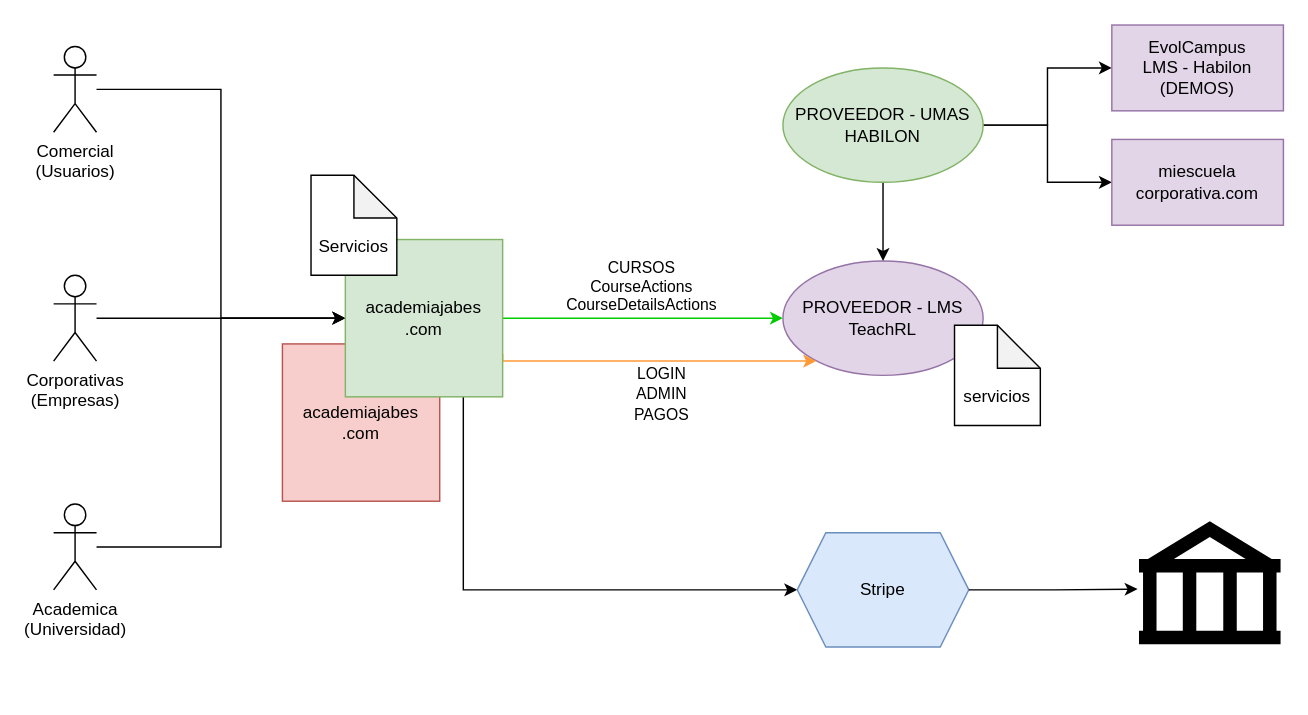
samuel363/drawio keeps this draw.io diagram as page "TOBE" (2 of 2) of JABES.drawio. Above is the earlier version. Source tidied: cells renumbered, new cells numbered last; positions are measured from the earlier drawing's top-left corner, leaving out a move shared by most shapes. Both pictures are drawn from the tidied source at 143%, with x=0, y=0 at pixel (53, 24).
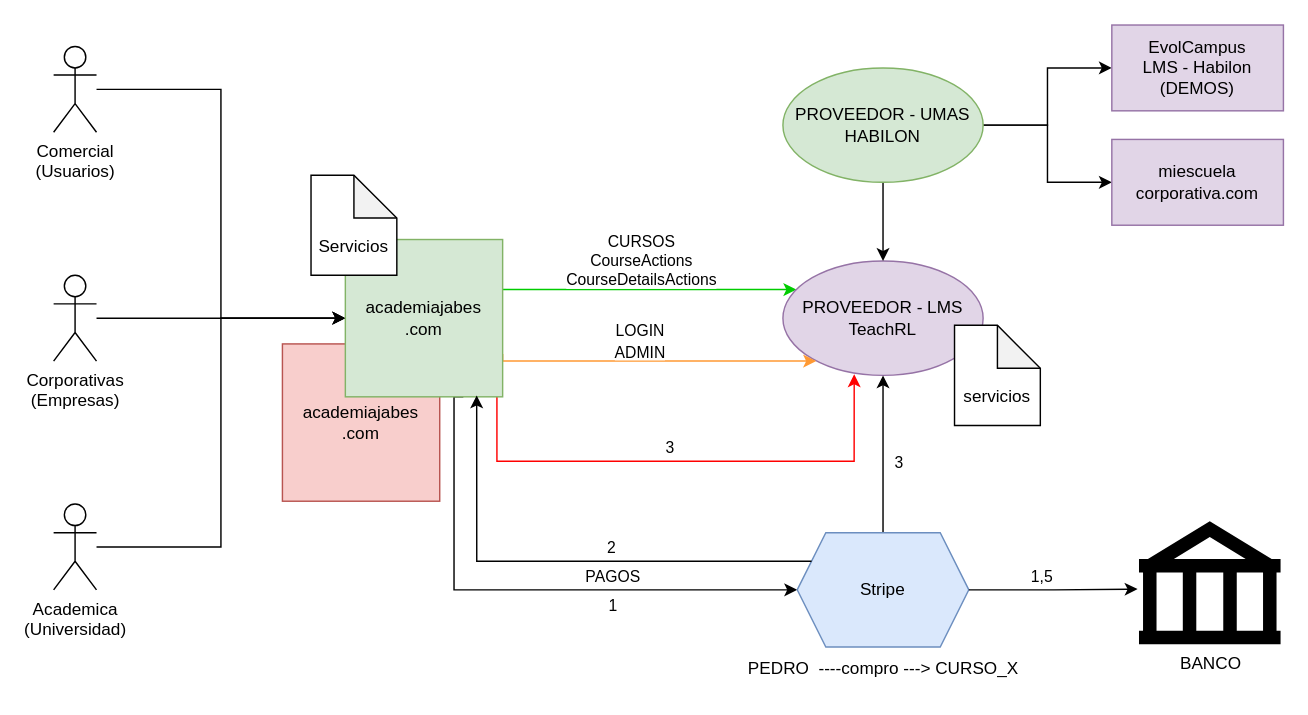
After the change.

Unchanged cells that the change refers to:
```xml
<mxCell id="10" value="PROVEEDOR -&amp;nbsp;LMS&lt;br&gt;TeachRL" style="ellipse;whiteSpace=wrap;html=1;fillColor=#e1d5e7;strokeColor=#9673a6;" parent="1" vertex="1">
  <mxGeometry x="510" y="165" width="140" height="80" as="geometry" />
</mxCell>
<mxCell id="18" value="academiajabes&lt;br&gt;.com" style="rounded=0;whiteSpace=wrap;html=1;fillColor=#d5e8d4;strokeColor=#82b366;" parent="1" vertex="1">
  <mxGeometry x="204" y="150" width="110" height="110" as="geometry" />
</mxCell>
<mxCell id="24" value="Stripe" style="shape=hexagon;perimeter=hexagonPerimeter2;whiteSpace=wrap;html=1;fixedSize=1;fillColor=#dae8fc;strokeColor=#6c8ebf;" parent="1" vertex="1">
  <mxGeometry x="520" y="355" width="120" height="80" as="geometry" />
</mxCell>
<mxCell id="26" style="edgeStyle=orthogonalEdgeStyle;rounded=0;jettySize=auto;html=1;entryX=-0.01;entryY=0.552;entryDx=0;entryDy=0;entryPerimeter=0;" parent="1" edge="1" source="24" target="25">
  <mxGeometry relative="1" as="geometry" />
</mxCell>
```

The edit, as a diff of the source:
```diff
@@
     <mxCell id="8" style="edgeStyle=orthogonalEdgeStyle;rounded=0;jettySize=auto;html=1;strokeColor=#00CC00;fillColor=#e1d5e7;" parent="1" edge="1" source="18" target="10">
       <mxGeometry relative="1" as="geometry">
         <Array as="points">
-          <mxPoint x="400" y="205" />
-          <mxPoint x="400" y="205" />
+          <mxPoint x="410" y="185" />
+          <mxPoint x="410" y="185" />
         </Array>
       </mxGeometry>
     </mxCell>
     <mxCell id="9" value="&lt;div&gt;CURSOS&lt;br&gt;CourseActions&lt;br&gt;CourseDetailsActions&lt;/div&gt;" style="edgeLabel;html=1;align=center;verticalAlign=middle;fillColor=none;strokeColor=none;" parent="8" vertex="1">
       <mxGeometry x="-0.05" y="3" relative="1" as="geometry">
-        <mxPoint x="3" y="-20" as="offset" />
+        <mxPoint x="-2" y="-18" as="offset" />
       </mxGeometry>
     </mxCell>
@@
     <mxCell id="17" style="edgeStyle=orthogonalEdgeStyle;rounded=0;jettySize=auto;html=1;exitX=0.75;exitY=1;exitDx=0;exitDy=0;entryX=0;entryY=0.5;entryDx=0;entryDy=0;" parent="1" edge="1" source="18" target="24">
-      <mxGeometry relative="1" as="geometry" />
+      <mxGeometry relative="1" as="geometry">
+        <Array as="points">
+          <mxPoint x="280" y="260" />
+          <mxPoint x="280" y="395" />
+        </Array>
+      </mxGeometry>
     </mxCell>
+    <mxCell id="27" value="1" style="edgeLabel;html=1;align=center;verticalAlign=middle;" parent="17" vertex="1">
+      <mxGeometry x="0.19" y="2" relative="1" as="geometry">
+        <mxPoint x="25" y="12" as="offset" />
+      </mxGeometry>
+    </mxCell>
+    <mxCell id="28" value="PAGOS" style="edgeLabel;html=1;align=center;verticalAlign=middle;" parent="17" vertex="1">
+      <mxGeometry x="-0.02" y="-3" relative="1" as="geometry">
+        <mxPoint x="65" y="-13" as="offset" />
+      </mxGeometry>
+    </mxCell>
+    <mxCell id="29" style="edgeStyle=orthogonalEdgeStyle;rounded=0;jettySize=auto;html=1;fillColor=#f8cecc;strokeColor=#FF0000;entryX=0.356;entryY=0.99;entryDx=0;entryDy=0;entryPerimeter=0;" parent="1" edge="1" source="18" target="10">
+      <mxGeometry relative="1" as="geometry">
+        <Array as="points">
+          <mxPoint x="310" y="305" />
+          <mxPoint x="560" y="305" />
+          <mxPoint x="560" y="245" />
+          <mxPoint x="560" y="245" />
+        </Array>
+      </mxGeometry>
+    </mxCell>
+    <mxCell id="30" value="3" style="edgeLabel;html=1;align=center;verticalAlign=middle;" parent="29" vertex="1">
+      <mxGeometry x="-0.02" y="-2" relative="1" as="geometry">
+        <mxPoint x="-9" y="-12" as="offset" />
+      </mxGeometry>
+    </mxCell>
@@
-    <mxCell id="23" value="&lt;div&gt;&lt;span style=&quot;font-size: 11px; background-color: rgb(255, 255, 255);&quot;&gt;LOGIN&lt;/span&gt;&lt;br style=&quot;font-size: 11px;&quot;&gt;&lt;span style=&quot;font-size: 11px; background-color: rgb(255, 255, 255);&quot;&gt;ADMIN&lt;br&gt;PAGOS&lt;/span&gt;&lt;/div&gt;" style="text;html=1;align=center;verticalAlign=middle;strokeColor=none;fillColor=none;" parent="1" vertex="1">
-      <mxGeometry x="395" y="228" width="60" height="60" as="geometry" />
+    <mxCell id="23" value="&lt;span style=&quot;font-size: 11px; background-color: rgb(255, 255, 255);&quot;&gt;LOGIN&lt;/span&gt;&lt;br style=&quot;font-size: 11px;&quot;&gt;&lt;span style=&quot;font-size: 11px; background-color: rgb(255, 255, 255);&quot;&gt;ADMIN&lt;br&gt;&lt;/span&gt;" style="text;html=1;align=center;verticalAlign=middle;strokeColor=none;fillColor=none;" parent="1" vertex="1">
+      <mxGeometry x="380" y="201" width="60" height="40" as="geometry" />
     </mxCell>
+    <mxCell id="31" style="edgeStyle=orthogonalEdgeStyle;rounded=0;jettySize=auto;html=1;entryX=0.5;entryY=1;entryDx=0;entryDy=0;" parent="1" edge="1" source="24" target="10">
+      <mxGeometry relative="1" as="geometry" />
+    </mxCell>
+    <mxCell id="32" value="3" style="edgeLabel;html=1;align=center;verticalAlign=middle;" parent="31" vertex="1">
+      <mxGeometry x="-0.28" y="1" relative="1" as="geometry">
+        <mxPoint x="11" y="-10" as="offset" />
+      </mxGeometry>
+    </mxCell>
@@
-    <mxCell id="25" style="shape=mxgraph.signs.travel.bank;html=1;fillColor=#000000;strokeColor=none;verticalLabelPosition=bottom;verticalAlign=top;align=center;" parent="1" vertex="1">
+    <mxCell id="25" value="BANCO" style="shape=mxgraph.signs.travel.bank;html=1;fillColor=#000000;strokeColor=none;verticalLabelPosition=bottom;verticalAlign=top;align=center;" parent="1" vertex="1">
       <mxGeometry x="759" y="347" width="99" height="86" as="geometry" />
     </mxCell>
@@
+    <mxCell id="33" value="1,5" style="edgeLabel;html=1;align=center;verticalAlign=middle;" parent="26" vertex="1">
+      <mxGeometry x="-0.24" y="2" relative="1" as="geometry">
+        <mxPoint x="5" y="-8" as="offset" />
+      </mxGeometry>
+    </mxCell>
+    <mxCell id="34" style="edgeStyle=orthogonalEdgeStyle;rounded=0;jettySize=auto;html=1;entryX=0.835;entryY=0.991;entryDx=0;entryDy=0;entryPerimeter=0;" parent="1" edge="1" source="24" target="18">
+      <mxGeometry relative="1" as="geometry">
+        <Array as="points">
+          <mxPoint x="296" y="375" />
+        </Array>
+      </mxGeometry>
+    </mxCell>
+    <mxCell id="35" value="2" style="edgeLabel;html=1;align=center;verticalAlign=middle;" parent="34" vertex="1">
+      <mxGeometry x="-0.22" relative="1" as="geometry">
+        <mxPoint x="-4" y="-10" as="offset" />
+      </mxGeometry>
+    </mxCell>
+    <mxCell id="36" value="PEDRO&amp;nbsp; ----compro ---&amp;gt; CURSO_X" style="text;html=1;align=center;verticalAlign=middle;strokeColor=none;fillColor=none;" parent="1" vertex="1">
+      <mxGeometry x="475" y="435" width="210" height="30" as="geometry" />
+    </mxCell>
```
